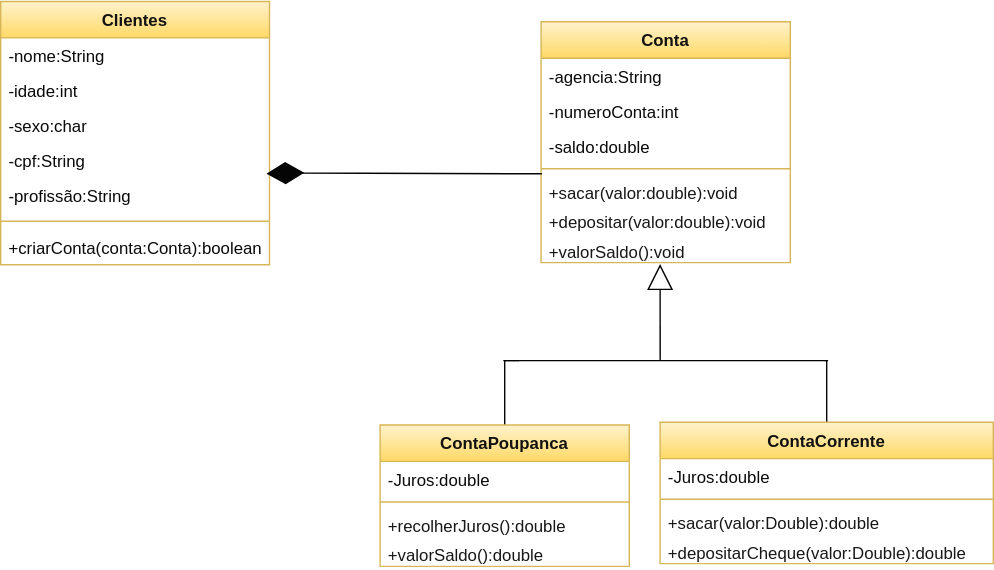
Above: src/Exercicio4.svg in AnaJuliaSilverio/Aula23 (draw.io), before the change. Source tidied: cells renumbered, new cells last; positions are measured from the earlier drawing's top-left corner, leaving out a move shared by most shapes.
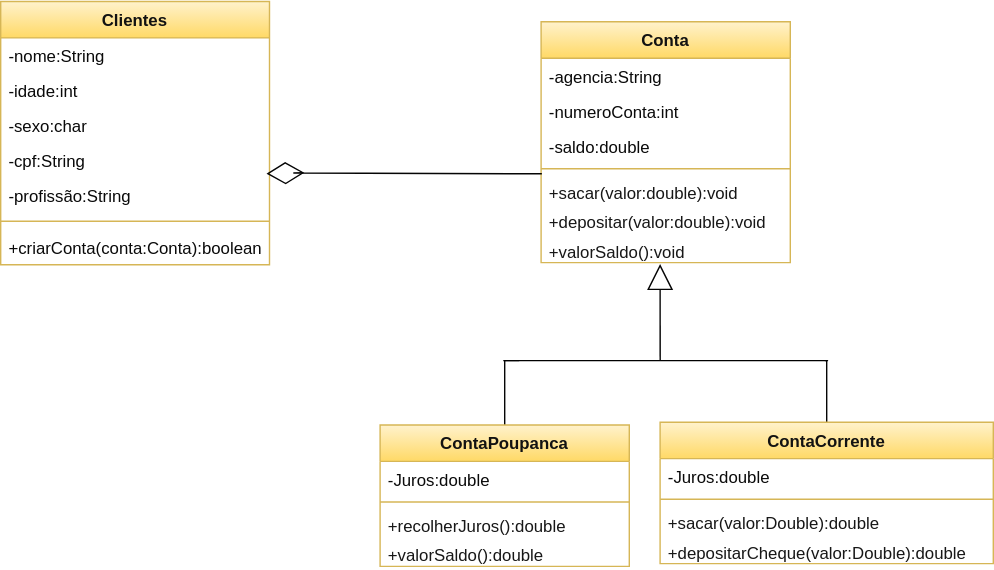
Later version of the same file.

Diff of the diagram source:
```diff
@@ -102,7 +102,7 @@
         <mxPoint x="471" y="188" as="targetPoint" />
       </mxGeometry>
     </mxCell>
-    <mxCell id="32" style="endArrow=diamondThin;endFill=1;endSize=24;html=1;rounded=0;labelBackgroundColor=none;labelBorderColor=none;strokeColor=#050505;fontColor=#171717;entryX=0.989;entryY=-0.12;entryDx=0;entryDy=0;exitX=0.003;exitY=-0.02;exitDx=0;exitDy=0;exitPerimeter=0;entryPerimeter=0;" parent="1" edge="1" source="15" target="7">
+    <mxCell id="32" style="endArrow=diamondThin;endFill=0;endSize=24;html=1;rounded=0;labelBackgroundColor=none;labelBorderColor=none;strokeColor=#050505;fontColor=#171717;entryX=0.989;entryY=-0.12;entryDx=0;entryDy=0;exitX=0.003;exitY=-0.02;exitDx=0;exitDy=0;exitPerimeter=0;entryPerimeter=0;" parent="1" edge="1" source="15" target="7">
       <mxGeometry relative="1" as="geometry">
         <Array as="points">
           <mxPoint x="209" y="123" />
```
